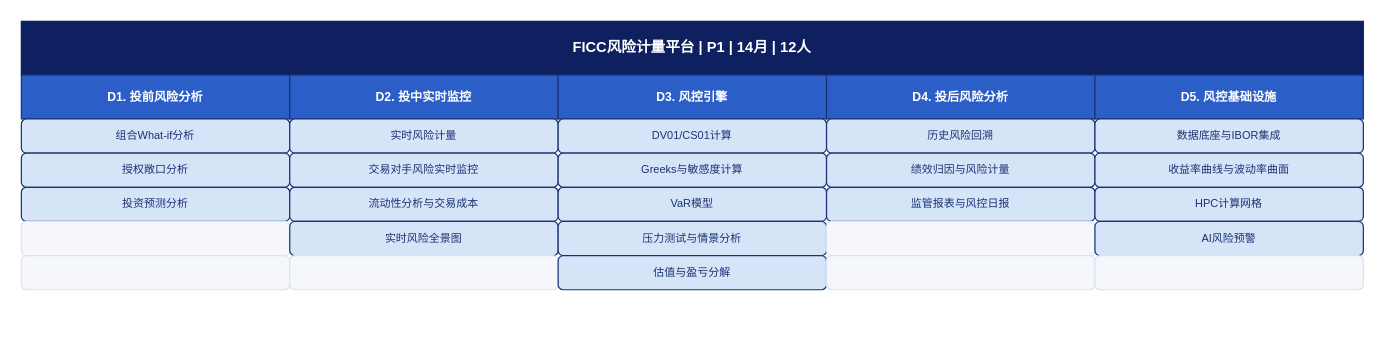
The draw.io diagram Feasibility_analysis/drawio/detail_04_FICC风险计量平台.drawio in BellyFish99/ficc-projDocs, before the edit. Source tidied: cells renumbered, new cells numbered last; positions are measured from the earlier drawing's top-left corner, leaving out a move shared by most shapes. Both pictures are drawn from the tidied source at 122%, with x=0, y=0 at pixel (21, 21).
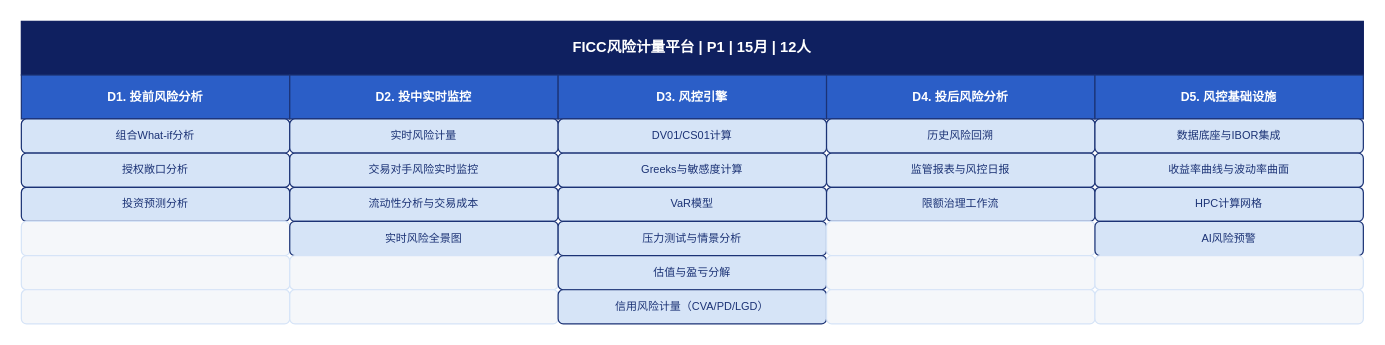
Above is the later version.

The edit, as a diff of the source:
```diff
@@
-    <mxCell id="2" value="FICC风险计量平台  |  P1  |  14月  |  12人" style="rounded=0;whiteSpace=wrap;html=1;fillColor=#0F2060;fontColor=#FFFFFF;strokeColor=#0F2060;fontStyle=1;fontSize=12;align=center;verticalAlign=middle;" parent="1" vertex="1">
+    <mxCell id="2" value="FICC风险计量平台  |  P1  |  15月  |  12人" style="rounded=0;whiteSpace=wrap;html=1;fillColor=#0F2060;fontColor=#FFFFFF;strokeColor=#0F2060;fontStyle=1;fontSize=12;align=center;verticalAlign=middle;" parent="1" vertex="1">
       <mxGeometry width="1100" height="44" as="geometry" />
     </mxCell>
@@
-    <mxCell id="16" value="绩效归因与风险计量" style="rounded=1;whiteSpace=wrap;html=1;fillColor=#D6E4F7;fontColor=#1B3275;strokeColor=#1B3275;fontSize=9;align=center;verticalAlign=middle;" parent="1" vertex="1">
+    <mxCell id="16" value="监管报表与风控日报" style="rounded=1;whiteSpace=wrap;html=1;fillColor=#D6E4F7;fontColor=#1B3275;strokeColor=#1B3275;fontSize=9;align=center;verticalAlign=middle;" parent="1" vertex="1">
       <mxGeometry x="660" y="108" width="220" height="28" as="geometry" />
     </mxCell>
@@
-    <mxCell id="21" value="监管报表与风控日报" style="rounded=1;whiteSpace=wrap;html=1;fillColor=#D6E4F7;fontColor=#1B3275;strokeColor=#1B3275;fontSize=9;align=center;verticalAlign=middle;" parent="1" vertex="1">
+    <mxCell id="21" value="限额治理工作流" style="rounded=1;whiteSpace=wrap;html=1;fillColor=#D6E4F7;fontColor=#1B3275;strokeColor=#1B3275;fontSize=9;align=center;verticalAlign=middle;" parent="1" vertex="1">
       <mxGeometry x="660" y="136" width="220" height="28" as="geometry" />
     </mxCell>
@@
+    <mxCell id="33" style="rounded=1;whiteSpace=wrap;html=1;fillColor=#F5F7FA;fontColor=#F5F7FA;strokeColor=#D6E4F7;fontSize=9;" parent="1" vertex="1">
+      <mxGeometry y="220" width="220" height="28" as="geometry" />
+    </mxCell>
+    <mxCell id="34" style="rounded=1;whiteSpace=wrap;html=1;fillColor=#F5F7FA;fontColor=#F5F7FA;strokeColor=#D6E4F7;fontSize=9;" parent="1" vertex="1">
+      <mxGeometry x="220" y="220" width="220" height="28" as="geometry" />
+    </mxCell>
+    <mxCell id="35" value="信用风险计量（CVA/PD/LGD）" style="rounded=1;whiteSpace=wrap;html=1;fillColor=#D6E4F7;fontColor=#1B3275;strokeColor=#1B3275;fontSize=9;align=center;verticalAlign=middle;" parent="1" vertex="1">
+      <mxGeometry x="440" y="220" width="220" height="28" as="geometry" />
+    </mxCell>
+    <mxCell id="36" style="rounded=1;whiteSpace=wrap;html=1;fillColor=#F5F7FA;fontColor=#F5F7FA;strokeColor=#D6E4F7;fontSize=9;" parent="1" vertex="1">
+      <mxGeometry x="660" y="220" width="220" height="28" as="geometry" />
+    </mxCell>
+    <mxCell id="37" style="rounded=1;whiteSpace=wrap;html=1;fillColor=#F5F7FA;fontColor=#F5F7FA;strokeColor=#D6E4F7;fontSize=9;" parent="1" vertex="1">
+      <mxGeometry x="880" y="220" width="220" height="28" as="geometry" />
+    </mxCell>
```
